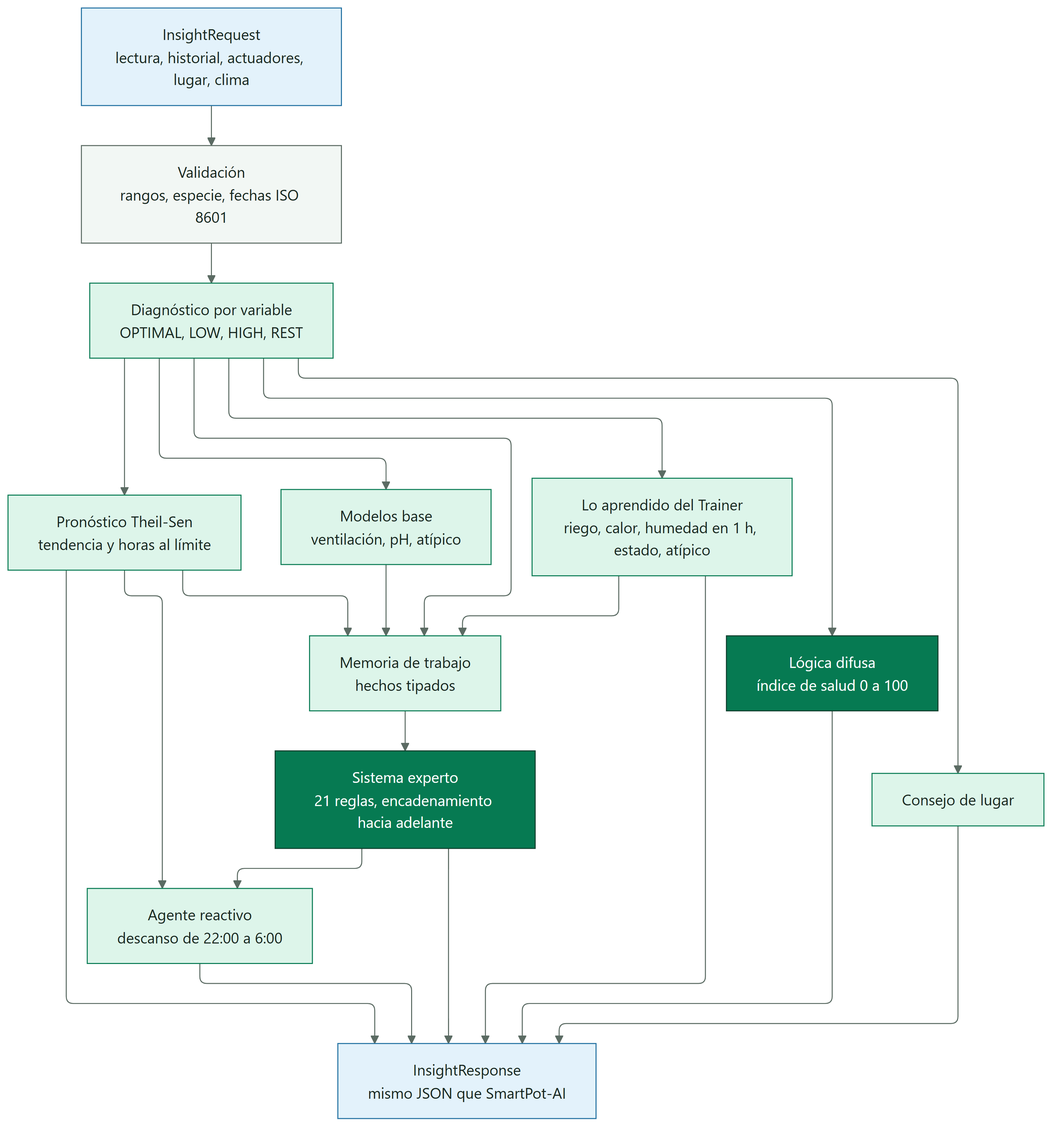
Earlier version of the Mermaid export docs/diagrams/SmartPot_IA_Rust_01_Insight_Pipeline.png (SmartPotTech/SmartPot-AI). Its source is kept beside it as docs/diagrams/SmartPot_IA_Rust_01_Insight_Pipeline.mmd. The source it was exported from:
```mermaid
%%{init: {"theme": "base", "fontFamily": "Segoe UI, Arial, sans-serif", "themeVariables": {"fontFamily": "Segoe UI, Arial, sans-serif", "fontSize": "15px", "primaryColor": "#DDF5EA", "primaryTextColor": "#17261F", "primaryBorderColor": "#067A52", "secondaryColor": "#E3F2FB", "secondaryTextColor": "#17261F", "secondaryBorderColor": "#1F6FA0", "tertiaryColor": "#F2F7F4", "tertiaryTextColor": "#17261F", "tertiaryBorderColor": "#D5E3DC", "lineColor": "#5B6B63", "textColor": "#17261F", "mainBkg": "#DDF5EA", "nodeBorder": "#067A52", "clusterBkg": "#F7FAF8", "clusterBorder": "#D5E3DC", "edgeLabelBackground": "#FFFFFF", "actorBkg": "#067A52", "actorBorder": "#0B3D2B", "actorTextColor": "#FFFFFF", "actorLineColor": "#5B6B63", "signalColor": "#17261F", "signalTextColor": "#17261F", "labelBoxBkgColor": "#0B3D2B", "labelBoxBorderColor": "#0B3D2B", "labelTextColor": "#FFFFFF", "loopTextColor": "#0B3D2B", "noteBkgColor": "#FDF4DD", "noteBorderColor": "#C98D12", "noteTextColor": "#17261F", "activationBkgColor": "#DDF5EA", "activationBorderColor": "#067A52", "attributeBackgroundColorOdd": "#FFFFFF", "attributeBackgroundColorEven": "#F2F7F4"}, "layout": "elk", "elk": {"nodePlacementStrategy": "BRANDES_KOEPF", "mergeEdges": false, "cycleBreakingStrategy": "GREEDY"}}}%%
flowchart TB
  request["InsightRequest<br/>lectura, historial, actuadores, lugar, clima"]
  validate["Validación<br/>rangos, especie, fechas ISO 8601"]
  diagnosis["Diagnóstico por variable<br/>OPTIMAL, LOW, HIGH, REST"]
  forecast["Pronóstico Theil-Sen<br/>tendencia y horas al límite"]
  base["Modelos base<br/>ventilación, pH, atípico"]
  learned["Lo aprendido del Trainer<br/>riego, calor, humedad en 1 h, estado, atípico"]
  memory["Memoria de trabajo<br/>hechos tipados"]
  rules["Sistema experto<br/>21 reglas, encadenamiento hacia adelante"]
  fuzzy["Lógica difusa<br/>índice de salud 0 a 100"]
  agent["Agente reactivo<br/>descanso de 22:00 a 6:00"]
  place["Consejo de lugar"]
  response["InsightResponse<br/>contrato canónico REST / gRPC"]
  request --> validate --> diagnosis
  diagnosis --> forecast & base & learned & fuzzy
  forecast & base & learned & diagnosis --> memory
  memory --> rules
  rules --> agent
  forecast --> agent
  diagnosis --> place
  fuzzy & rules & agent & place & forecast & learned --> response
  classDef leaf fill:#DDF5EA,stroke:#067A52,color:#17261F
  classDef water fill:#E3F2FB,stroke:#1F6FA0,color:#17261F
  classDef sun fill:#FDF4DD,stroke:#C98D12,color:#17261F
  classDef clay fill:#FBE9E1,stroke:#B85A38,color:#17261F
  classDef core fill:#067A52,stroke:#0B3D2B,color:#FFFFFF
  classDef muted fill:#F2F7F4,stroke:#5B6B63,color:#17261F
  class request,response water
  class validate muted
  class rules,fuzzy core
  class diagnosis,forecast,base,learned,memory,agent,place leaf
```
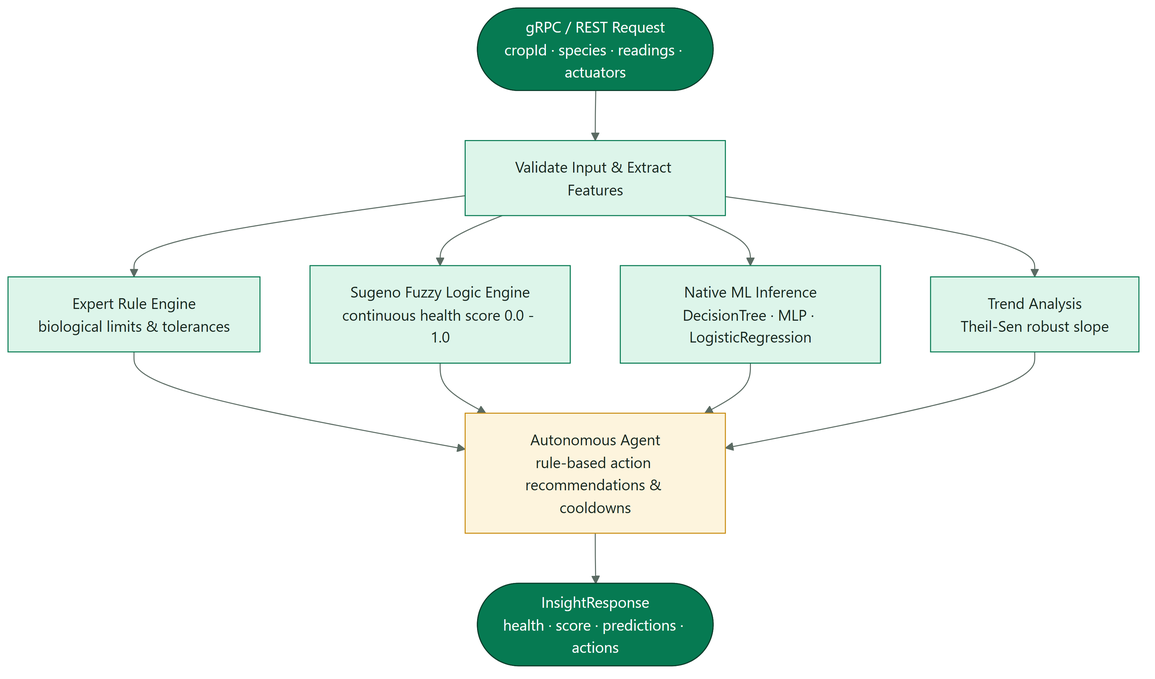
Above is the later version.

Change to the diagram source:
```diff
@@ -1,32 +1,19 @@
-%%{init: {"theme": "base", "fontFamily": "Segoe UI, Arial, sans-serif", "themeVariables": {"fontFamily": "Segoe UI, Arial, sans-serif", "fontSize": "15px", "primaryColor": "#DDF5EA", "primaryTextColor": "#17261F", "primaryBorderColor": "#067A52", "secondaryColor": "#E3F2FB", "secondaryTextColor": "#17261F", "secondaryBorderColor": "#1F6FA0", "tertiaryColor": "#F2F7F4", "tertiaryTextColor": "#17261F", "tertiaryBorderColor": "#D5E3DC", "lineColor": "#5B6B63", "textColor": "#17261F", "mainBkg": "#DDF5EA", "nodeBorder": "#067A52", "clusterBkg": "#F7FAF8", "clusterBorder": "#D5E3DC", "edgeLabelBackground": "#FFFFFF", "actorBkg": "#067A52", "actorBorder": "#0B3D2B", "actorTextColor": "#FFFFFF", "actorLineColor": "#5B6B63", "signalColor": "#17261F", "signalTextColor": "#17261F", "labelBoxBkgColor": "#0B3D2B", "labelBoxBorderColor": "#0B3D2B", "labelTextColor": "#FFFFFF", "loopTextColor": "#0B3D2B", "noteBkgColor": "#FDF4DD", "noteBorderColor": "#C98D12", "noteTextColor": "#17261F", "activationBkgColor": "#DDF5EA", "activationBorderColor": "#067A52", "attributeBackgroundColorOdd": "#FFFFFF", "attributeBackgroundColorEven": "#F2F7F4"}, "layout": "elk", "elk": {"nodePlacementStrategy": "BRANDES_KOEPF", "mergeEdges": false, "cycleBreakingStrategy": "GREEDY"}}}%%
+%%{init: {"theme": "base", "fontFamily": "Segoe UI, Arial, sans-serif", "themeVariables": {"fontFamily": "Segoe UI, Arial, sans-serif", "fontSize": "15px", "primaryColor": "#DDF5EA", "primaryTextColor": "#17261F", "primaryBorderColor": "#067A52", "secondaryColor": "#E3F2FB", "secondaryTextColor": "#17261F", "secondaryBorderColor": "#1F6FA0", "tertiaryColor": "#F2F7F4", "tertiaryTextColor": "#17261F", "tertiaryBorderColor": "#D5E3DC", "lineColor": "#5B6B63", "textColor": "#17261F", "mainBkg": "#DDF5EA", "nodeBorder": "#067A52", "clusterBkg": "#F7FAF8", "clusterBorder": "#D5E3DC", "edgeLabelBackground": "#FFFFFF", "actorBkg": "#067A52", "actorBorder": "#0B3D2B", "actorTextColor": "#FFFFFF", "actorLineColor": "#5B6B63", "signalColor": "#17261F", "signalTextColor": "#17261F", "labelBoxBkgColor": "#0B3D2B", "labelBoxBorderColor": "#0B3D2B", "labelTextColor": "#FFFFFF", "loopTextColor": "#0B3D2B", "noteBkgColor": "#FDF4DD", "noteBorderColor": "#C98D12", "noteTextColor": "#17261F", "activationBkgColor": "#DDF5EA", "activationBorderColor": "#067A52", "attributeBackgroundColorOdd": "#FFFFFF", "attributeBackgroundColorEven": "#F2F7F4"}}}%%
 flowchart TB
-  request["InsightRequest<br/>lectura, historial, actuadores, lugar, clima"]
-  validate["Validación<br/>rangos, especie, fechas ISO 8601"]
-  diagnosis["Diagnóstico por variable<br/>OPTIMAL, LOW, HIGH, REST"]
-  forecast["Pronóstico Theil-Sen<br/>tendencia y horas al límite"]
-  base["Modelos base<br/>ventilación, pH, atípico"]
-  learned["Lo aprendido del Trainer<br/>riego, calor, humedad en 1 h, estado, atípico"]
-  memory["Memoria de trabajo<br/>hechos tipados"]
-  rules["Sistema experto<br/>21 reglas, encadenamiento hacia adelante"]
-  fuzzy["Lógica difusa<br/>índice de salud 0 a 100"]
-  agent["Agente reactivo<br/>descanso de 22:00 a 6:00"]
-  place["Consejo de lugar"]
-  response["InsightResponse<br/>contrato canónico REST / gRPC"]
-  request --> validate --> diagnosis
-  diagnosis --> forecast & base & learned & fuzzy
-  forecast & base & learned & diagnosis --> memory
-  memory --> rules
-  rules --> agent
-  forecast --> agent
-  diagnosis --> place
-  fuzzy & rules & agent & place & forecast & learned --> response
+  req(["gRPC / REST Request<br/>cropId · species · readings · actuators"]) --> validate["Validate Input & Extract Features"]
+  validate --> expert["Expert Rule Engine<br/>biological limits & tolerances"]
+  validate --> fuzzy["Sugeno Fuzzy Logic Engine<br/>continuous health score 0.0 - 1.0"]
+  validate --> ml["Native ML Inference<br/>DecisionTree · MLP · LogisticRegression"]
+  validate --> trend["Trend Analysis<br/>Theil-Sen robust slope"]
+  expert & fuzzy & ml & trend --> agent["Autonomous Agent<br/>rule-based action recommendations & cooldowns"]
+  agent --> resp(["InsightResponse<br/>health · score · predictions · actions"])
   classDef leaf fill:#DDF5EA,stroke:#067A52,color:#17261F
   classDef water fill:#E3F2FB,stroke:#1F6FA0,color:#17261F
   classDef sun fill:#FDF4DD,stroke:#C98D12,color:#17261F
   classDef clay fill:#FBE9E1,stroke:#B85A38,color:#17261F
   classDef core fill:#067A52,stroke:#0B3D2B,color:#FFFFFF
+  classDef deep fill:#0B3D2B,stroke:#06281C,color:#FFFFFF
   classDef muted fill:#F2F7F4,stroke:#5B6B63,color:#17261F
-  class request,response water
-  class validate muted
-  class rules,fuzzy core
-  class diagnosis,forecast,base,learned,memory,agent,place leaf
+  class req,resp core
+  class validate,expert,fuzzy,ml,trend leaf
+  class agent sun
```
